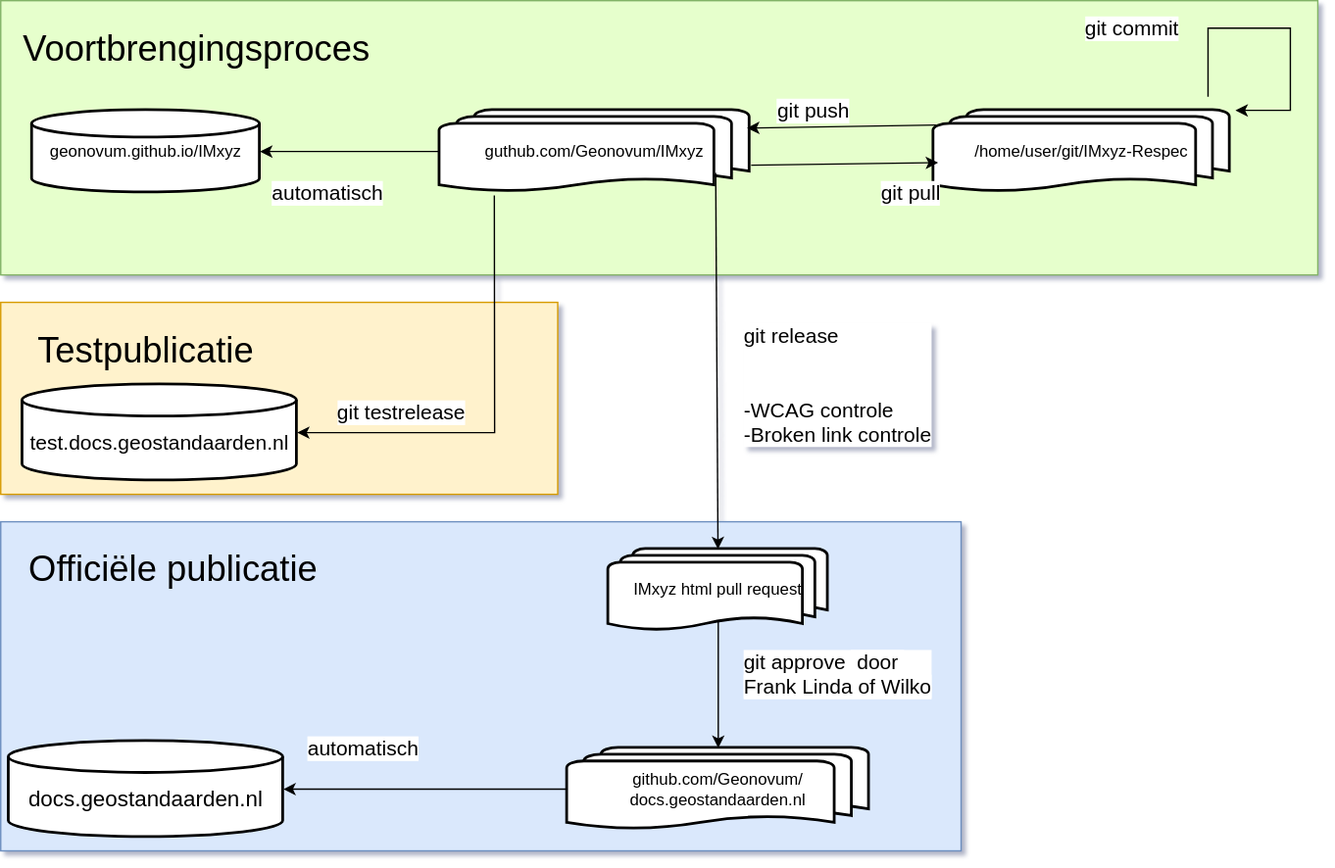
Before: docs/ReSpec/media/WorkflowReSpecGit.drawio.svg, a diagram exported from draw.io (Geonovum/handleiding-tooling). Source tidied: cells renumbered, new cells last; positions are measured from the earlier drawing's top-left corner, leaving out a move shared by most shapes.
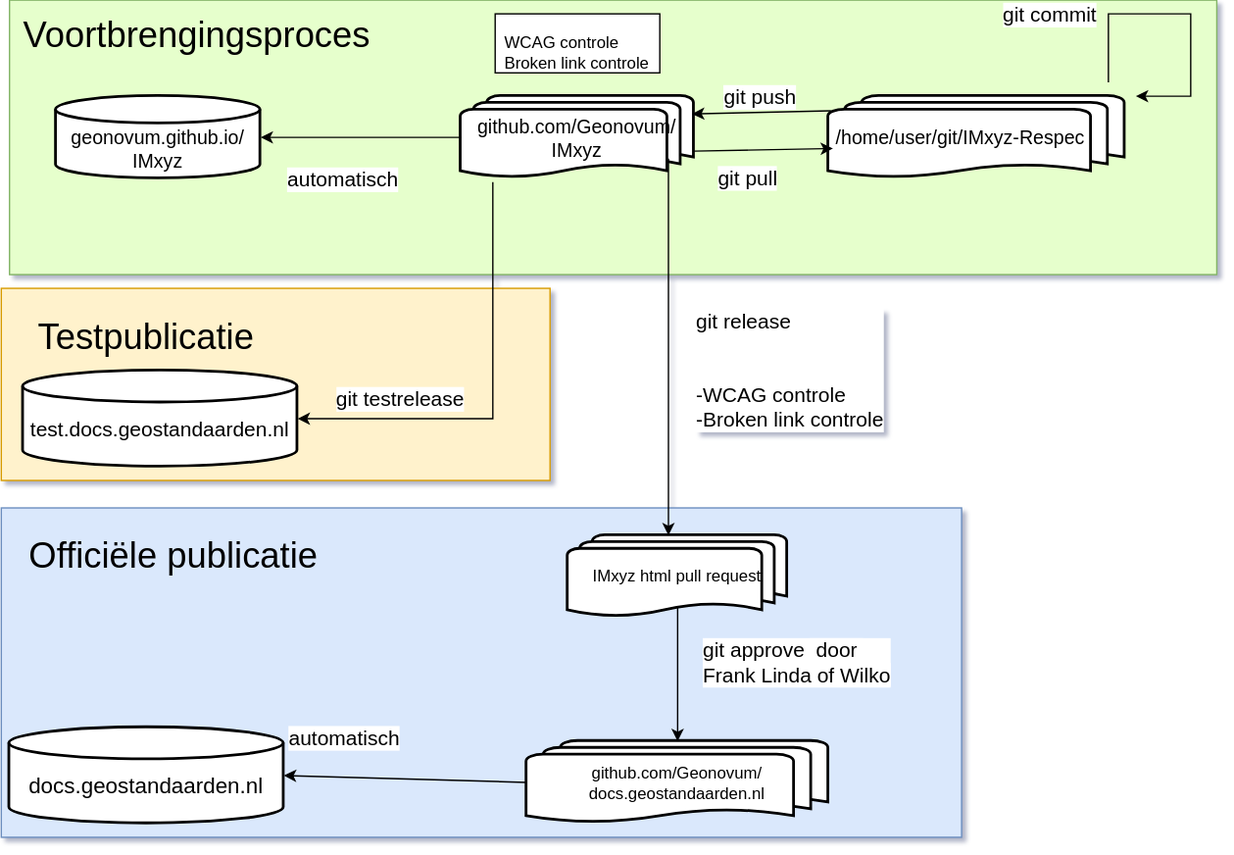
The same diagram one commit later.

Commit message:
regels voor github verhelderd

Change to the diagram source:
```diff
@@ -6,67 +6,68 @@
       <mxGeometry y="380" width="700" height="240" as="geometry" />
     </mxCell>
     <mxCell id="3" style="rounded=0;whiteSpace=wrap;html=1;fillColor=#FFF2CC;strokeColor=#d79b00;" parent="1" vertex="1">
-      <mxGeometry y="220" width="406" height="140" as="geometry" />
+      <mxGeometry y="220" width="400" height="140" as="geometry" />
     </mxCell>
     <mxCell id="4" style="rounded=0;whiteSpace=wrap;html=1;fillColor=#E6FFCC;strokeColor=#82b366;" parent="1" vertex="1">
-      <mxGeometry width="960" height="200" as="geometry" />
+      <mxGeometry x="6" y="10" width="880" height="200" as="geometry" />
     </mxCell>
-    <mxCell id="5" value="guthub.com/Geonovum/IMxyz" style="strokeWidth=2;html=1;shape=mxgraph.flowchart.multi-document;whiteSpace=wrap;" parent="1" vertex="1">
-      <mxGeometry x="320" y="80" width="226" height="60" as="geometry" />
+    <mxCell id="5" value="&lt;font style=&quot;font-size: 14px;&quot;&gt;github.com/Geonovum/&lt;/font&gt;&lt;div&gt;&lt;font style=&quot;font-size: 14px;&quot;&gt;IMxyz&lt;/font&gt;&lt;/div&gt;" style="strokeWidth=2;html=1;shape=mxgraph.flowchart.multi-document;whiteSpace=wrap;" parent="1" vertex="1">
+      <mxGeometry x="335" y="80" width="170" height="60" as="geometry" />
     </mxCell>
-    <mxCell id="6" value="/home/user/git/IMxyz-Respec" style="strokeWidth=2;html=1;shape=mxgraph.flowchart.multi-document;whiteSpace=wrap;" parent="1" vertex="1">
-      <mxGeometry x="680" y="80" width="216" height="60" as="geometry" />
+    <mxCell id="6" value="&lt;font style=&quot;font-size: 14px;&quot;&gt;&amp;nbsp;/home/user/git/IMxyz-Respec&lt;/font&gt;" style="strokeWidth=2;html=1;shape=mxgraph.flowchart.multi-document;whiteSpace=wrap;align=left;" parent="1" vertex="1">
+      <mxGeometry x="603" y="80" width="216" height="60" as="geometry" />
     </mxCell>
     <mxCell id="7" value="IMxyz html pull request" style="strokeWidth=2;html=1;shape=mxgraph.flowchart.multi-document;whiteSpace=wrap;" parent="1" vertex="1">
-      <mxGeometry x="443" y="400" width="160" height="60" as="geometry" />
+      <mxGeometry x="413" y="400" width="160" height="60" as="geometry" />
     </mxCell>
     <mxCell id="8" value="&lt;div&gt;&lt;br&gt;&lt;/div&gt;&lt;div&gt;&lt;font style=&quot;font-size: 16px;&quot;&gt;docs.geostandaarden.nl&lt;/font&gt;&lt;/div&gt;" style="strokeWidth=2;html=1;shape=mxgraph.flowchart.database;whiteSpace=wrap;" parent="1" vertex="1">
       <mxGeometry x="6" y="540" width="200" height="70" as="geometry" />
     </mxCell>
-    <mxCell id="9" value="&lt;span style=&quot;font-size: 15px;&quot;&gt;git pull&lt;/span&gt;" style="rounded=0;jettySize=auto;html=1;align=left;entryX=0.015;entryY=0.635;entryDx=0;entryDy=0;entryPerimeter=0;" parent="1" edge="1" target="6">
-      <mxGeometry x="0.36" y="-21" relative="1" as="geometry">
-        <mxPoint x="547" y="120" as="sourcePoint" />
-      </mxGeometry>
+    <mxCell id="9" value="&lt;span style=&quot;font-size: 15px;&quot;&gt;git pull&lt;/span&gt;" style="rounded=0;jettySize=auto;html=1;align=left;entryX=0.015;entryY=0.635;entryDx=0;entryDy=0;entryPerimeter=0;exitX=1;exitY=0.667;exitDx=0;exitDy=0;exitPerimeter=0;" parent="1" edge="1" source="5" target="6">
+      <mxGeometry x="-0.71" y="-20" relative="1" as="geometry" />
     </mxCell>
     <mxCell id="10" value="&lt;div&gt;&lt;font style=&quot;font-size: 15px;&quot;&gt;git commit&lt;/font&gt;&lt;/div&gt;" style="edgeStyle=orthogonalEdgeStyle;rounded=0;orthogonalLoop=1;jettySize=auto;html=1;align=right;" parent="1" edge="1">
-      <mxGeometry x="-0.52" y="-20" relative="1" as="geometry">
-        <mxPoint x="880" y="70" as="sourcePoint" />
-        <mxPoint x="900" y="80" as="targetPoint" />
+      <mxGeometry x="-0.52" y="-7" relative="1" as="geometry">
+        <mxPoint x="807" y="70" as="sourcePoint" />
+        <mxPoint x="827" y="80" as="targetPoint" />
         <Array as="points">
-          <mxPoint x="880" y="20" />
-          <mxPoint x="940" y="20" />
-          <mxPoint x="940" y="80" />
+          <mxPoint x="807" y="20" />
+          <mxPoint x="867" y="20" />
+          <mxPoint x="867" y="80" />
         </Array>
-        <mxPoint x="-20" y="-20" as="offset" />
+        <mxPoint x="-7" y="-7" as="offset" />
       </mxGeometry>
     </mxCell>
-    <mxCell id="11" value="&lt;font style=&quot;font-size: 15px;&quot;&gt;git release&lt;/font&gt;&lt;div&gt;&lt;span style=&quot;font-size: 15px;&quot;&gt;&lt;br&gt;&lt;/span&gt;&lt;/div&gt;&lt;div&gt;&lt;span style=&quot;font-size: 15px;&quot;&gt;&lt;br&gt;&lt;/span&gt;&lt;div&gt;&lt;span style=&quot;font-size: 15px;&quot;&gt;-WCAG controle&lt;/span&gt;&lt;/div&gt;&lt;div&gt;&lt;span style=&quot;font-size: 15px;&quot;&gt;-Broken link controle&lt;/span&gt;&lt;/div&gt;&lt;/div&gt;" style="endArrow=classic;html=1;rounded=0;exitX=0.89;exitY=0.759;exitDx=0;exitDy=0;exitPerimeter=0;align=left;" parent="1" edge="1" source="5" target="7">
-      <mxGeometry x="0.13" y="18" relative="1" as="geometry" />
+    <mxCell id="11" value="&lt;font style=&quot;font-size: 15px;&quot;&gt;git release&lt;/font&gt;&lt;div&gt;&lt;span style=&quot;font-size: 15px;&quot;&gt;&lt;br&gt;&lt;/span&gt;&lt;/div&gt;&lt;div&gt;&lt;span style=&quot;font-size: 15px;&quot;&gt;&lt;br&gt;&lt;/span&gt;&lt;div&gt;&lt;span style=&quot;font-size: 15px;&quot;&gt;-WCAG controle&lt;/span&gt;&lt;/div&gt;&lt;div&gt;&lt;span style=&quot;font-size: 15px;&quot;&gt;-Broken link controle&lt;/span&gt;&lt;/div&gt;&lt;/div&gt;" style="endArrow=classic;html=1;rounded=0;exitX=0.89;exitY=0.759;exitDx=0;exitDy=0;exitPerimeter=0;align=left;" parent="1" edge="1" source="5">
+      <mxGeometry x="0.13" y="18" relative="1" as="geometry">
+        <mxPoint x="486.3" y="400" as="targetPoint" />
+      </mxGeometry>
     </mxCell>
     <mxCell id="12" value="&lt;font style=&quot;font-size: 15px;&quot;&gt;automatisch&lt;/font&gt;" style="endArrow=classic;html=1;rounded=0;exitX=0;exitY=0.5;exitDx=0;exitDy=0;exitPerimeter=0;align=right;entryX=1;entryY=0.5;entryDx=0;entryDy=0;entryPerimeter=0;" parent="1" edge="1" source="5" target="18">
       <mxGeometry x="-0.39" y="30" relative="1" as="geometry" />
     </mxCell>
-    <mxCell id="13" value="&lt;span style=&quot;font-size: 15px;&quot;&gt;git testrelease&lt;/span&gt;" style="endArrow=classic;html=1;rounded=0;exitX=0.176;exitY=1.033;exitDx=0;exitDy=0;exitPerimeter=0;align=right;entryX=1;entryY=0.5;entryDx=0;entryDy=0;entryPerimeter=0;" parent="1" edge="1" source="5" target="19">
+    <mxCell id="13" value="&lt;span style=&quot;font-size: 15px;&quot;&gt;git testrelease&lt;/span&gt;" style="endArrow=classic;html=1;rounded=0;exitX=0.137;exitY=1.042;exitDx=0;exitDy=0;exitPerimeter=0;align=right;" parent="1" edge="1" source="5">
       <mxGeometry x="0.22" y="-15" relative="1" as="geometry">
+        <mxPoint x="216" y="315" as="targetPoint" />
         <Array as="points">
-          <mxPoint x="360" y="315" />
+          <mxPoint x="358.3" y="315" />
         </Array>
       </mxGeometry>
     </mxCell>
     <mxCell id="14" value="github.com/Geonovum/&lt;div&gt;docs.geostandaarden.nl&lt;/div&gt;" style="strokeWidth=2;html=1;shape=mxgraph.flowchart.multi-document;whiteSpace=wrap;" parent="1" vertex="1">
-      <mxGeometry x="413" y="545" width="220" height="60" as="geometry" />
+      <mxGeometry x="383" y="550" width="220" height="60" as="geometry" />
     </mxCell>
     <mxCell id="15" value="&lt;font style=&quot;font-size: 15px;&quot;&gt;git approve&amp;nbsp;&lt;/font&gt;&lt;span style=&quot;font-size: 15px; background-color: light-dark(#ffffff, var(--ge-dark-color, #121212)); color: light-dark(rgb(0, 0, 0), rgb(255, 255, 255));&quot;&gt;&amp;nbsp;door&amp;nbsp;&lt;/span&gt;&lt;div&gt;&lt;span style=&quot;font-size: 15px; background-color: light-dark(#ffffff, var(--ge-dark-color, #121212)); color: light-dark(rgb(0, 0, 0), rgb(255, 255, 255));&quot;&gt;Frank Linda of Wilko&lt;/span&gt;&lt;/div&gt;" style="endArrow=classic;html=1;rounded=0;align=left;entryX=0.5;entryY=0;entryDx=0;entryDy=0;entryPerimeter=0;exitX=0.5;exitY=0.88;exitDx=0;exitDy=0;exitPerimeter=0;" parent="1" edge="1" source="7" target="14">
       <mxGeometry x="-0.19" y="17" relative="1" as="geometry" />
     </mxCell>
     <mxCell id="16" value="&lt;font style=&quot;font-size: 15px;&quot;&gt;git push&lt;/font&gt;" style="endArrow=classic;html=1;rounded=0;align=right;entryX=0.991;entryY=0.215;entryDx=0;entryDy=0;entryPerimeter=0;exitX=0.008;exitY=0.178;exitDx=0;exitDy=0;exitPerimeter=0;" parent="1" edge="1" source="6" target="5">
-      <mxGeometry x="-0.11" y="-12" relative="1" as="geometry" />
+      <mxGeometry x="-0.52" y="-11" relative="1" as="geometry" />
     </mxCell>
     <mxCell id="17" value="&lt;font style=&quot;font-size: 15px;&quot;&gt;automatisch&lt;/font&gt;" style="endArrow=classic;html=1;rounded=0;exitX=0;exitY=0.5;exitDx=0;exitDy=0;exitPerimeter=0;align=right;entryX=1;entryY=0.5;entryDx=0;entryDy=0;entryPerimeter=0;" parent="1" edge="1" source="14" target="8">
       <mxGeometry x="0.03" y="-30" relative="1" as="geometry" />
     </mxCell>
-    <mxCell id="18" value="geonovum.github.io/IMxyz" style="strokeWidth=2;html=1;shape=mxgraph.flowchart.database;whiteSpace=wrap;" parent="1" vertex="1">
-      <mxGeometry x="23" y="80" width="166" height="60" as="geometry" />
+    <mxCell id="18" value="&lt;div&gt;&lt;font style=&quot;font-size: 14px;&quot;&gt;&lt;br&gt;&lt;/font&gt;&lt;/div&gt;&lt;font style=&quot;font-size: 14px;&quot;&gt;geonovum.github.io/&lt;/font&gt;&lt;div&gt;&lt;font style=&quot;font-size: 14px;&quot;&gt;IMxyz&lt;/font&gt;&lt;/div&gt;" style="strokeWidth=2;html=1;shape=mxgraph.flowchart.database;whiteSpace=wrap;" parent="1" vertex="1">
+      <mxGeometry x="40" y="80" width="149" height="60" as="geometry" />
     </mxCell>
     <mxCell id="19" value="&lt;div&gt;&lt;br&gt;&lt;/div&gt;&lt;div&gt;&lt;font style=&quot;font-size: 15px;&quot;&gt;test.docs.geostandaarden.nl&lt;/font&gt;&lt;/div&gt;" style="strokeWidth=2;html=1;shape=mxgraph.flowchart.database;whiteSpace=wrap;" parent="1" vertex="1">
       <mxGeometry x="16" y="280" width="200" height="70" as="geometry" />
@@ -80,5 +81,8 @@
     <mxCell id="22" value="Officiële publicatie" style="text;html=1;whiteSpace=wrap;strokeColor=none;fillColor=none;align=center;verticalAlign=middle;rounded=0;fontSize=26;" parent="1" vertex="1">
       <mxGeometry x="16" y="400" width="220" height="30" as="geometry" />
     </mxCell>
+    <mxCell id="23" value="&lt;div style=&quot;text-align: left;&quot;&gt;&lt;br&gt;&lt;/div&gt;&lt;span style=&quot;background-color: transparent; color: light-dark(rgb(0, 0, 0), rgb(255, 255, 255));&quot;&gt;&lt;div style=&quot;text-align: left;&quot;&gt;&lt;span style=&quot;background-color: transparent; color: light-dark(rgb(0, 0, 0), rgb(255, 255, 255));&quot;&gt;WCAG controle&lt;/span&gt;&lt;/div&gt;&lt;/span&gt;&lt;span style=&quot;background-color: transparent; color: light-dark(rgb(0, 0, 0), rgb(255, 255, 255));&quot;&gt;&lt;div style=&quot;text-align: left;&quot;&gt;&lt;span style=&quot;background-color: transparent; color: light-dark(rgb(0, 0, 0), rgb(255, 255, 255));&quot;&gt;Broken link controle&lt;/span&gt;&lt;/div&gt;&lt;/span&gt;" style="rounded=0;whiteSpace=wrap;html=1;" parent="1" vertex="1">
+      <mxGeometry x="360" y="20" width="120" height="43" as="geometry" />
+    </mxCell>
   </root>
 </mxGraphModel>
```
